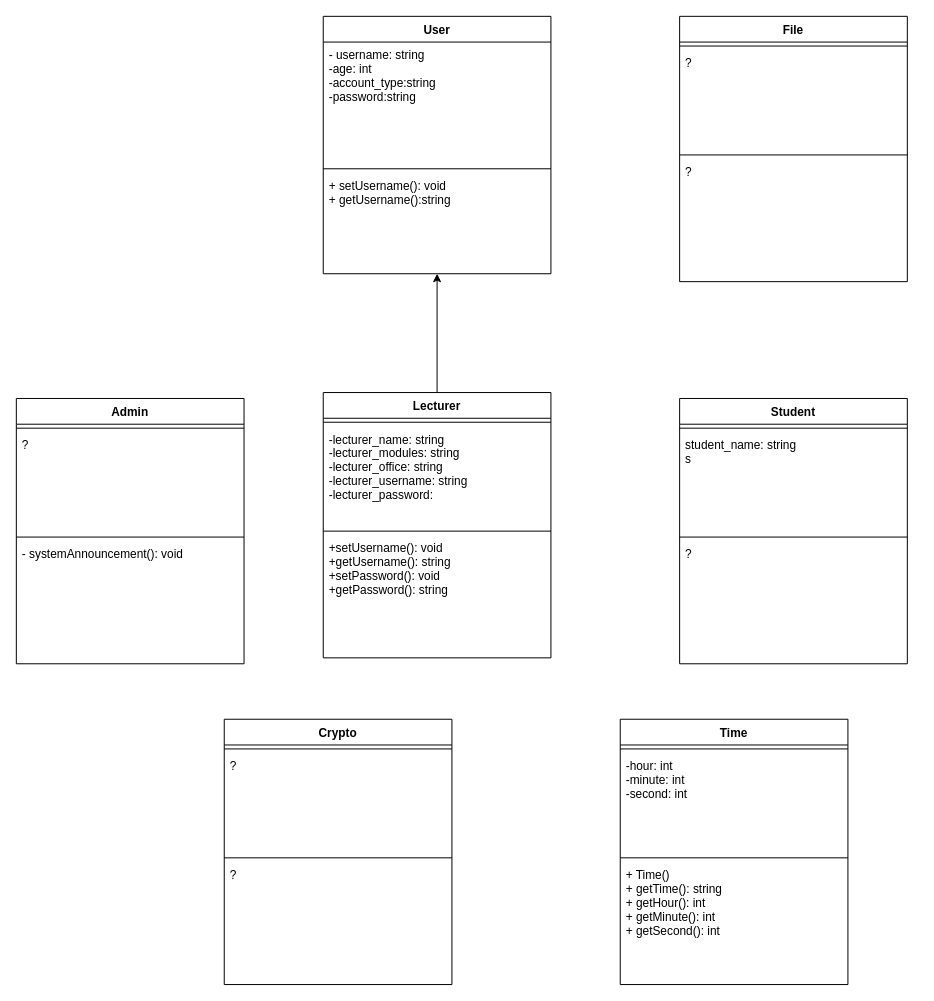
Above: UML Design (MG)/SecureProgUML(30014095).drawio in mgreen01/Secure-Programming-Project (draw.io), before the change. Source tidied: cells renumbered, new cells numbered last; positions are measured from the earlier drawing's top-left corner, leaving out a move shared by most shapes. Both pictures are drawn from the tidied source at 99%, with x=0, y=0 at pixel (16, 16).
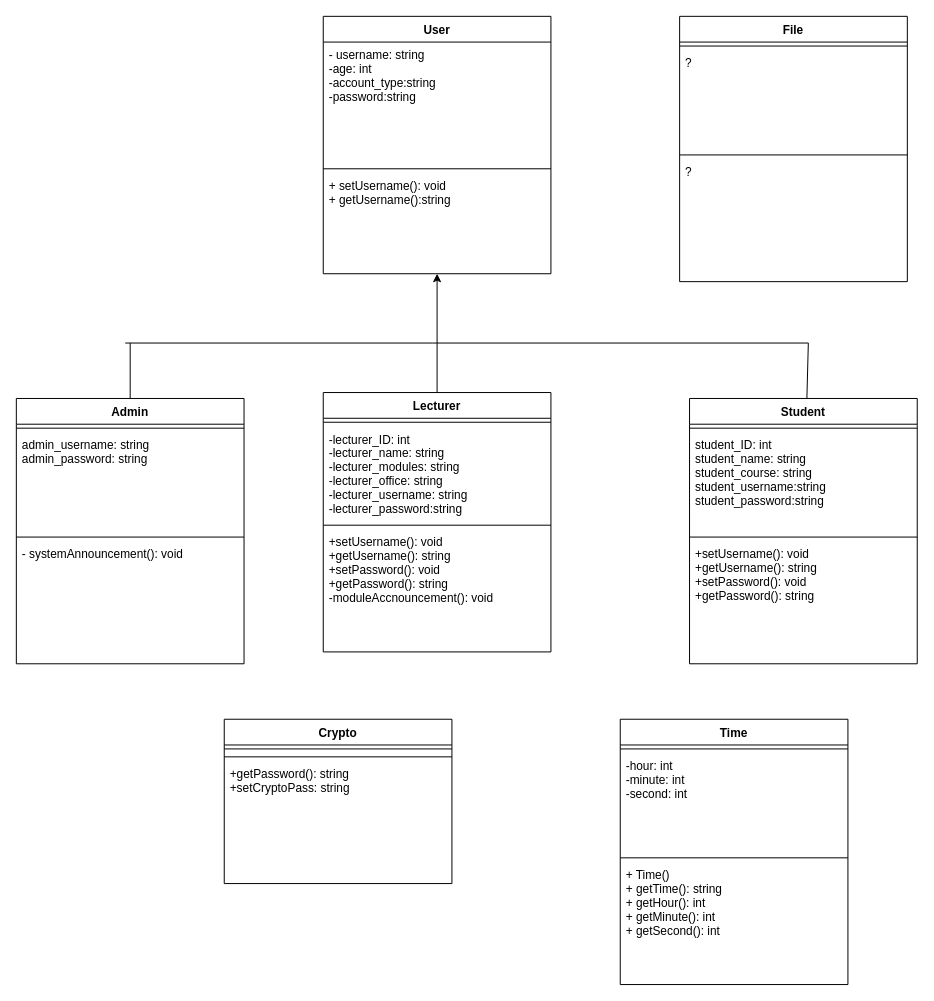
The same page after the edit.

Unchanged cells that the change refers to:
```xml
<mxCell id="26" value="Admin" style="swimlane;fontStyle=1;align=center;verticalAlign=top;horizontal=1;startSize=26;" parent="1" vertex="1">
  <mxGeometry y="386" width="230" height="268" as="geometry" />
</mxCell>
```

Change to the diagram source:
```diff
@@
     <mxCell id="11" value="Crypto" style="swimlane;fontStyle=1;align=center;verticalAlign=top;horizontal=1;startSize=26;" parent="1" vertex="1">
-      <mxGeometry x="210" y="710" width="230" height="268" as="geometry" />
+      <mxGeometry x="210" y="710" width="230" height="166" as="geometry" />
     </mxCell>
@@
-    <mxCell id="13" value="?" style="text;strokeColor=none;fillColor=none;align=left;verticalAlign=top;spacingLeft=4;spacingRight=4;overflow=hidden;" parent="11" vertex="1">
-      <mxGeometry y="34" width="230" height="102" as="geometry" />
-    </mxCell>
     <mxCell id="14" style="line;strokeWidth=1;fillColor=none;align=left;verticalAlign=middle;spacingTop=-1;spacingLeft=3;spacingRight=3;labelPosition=right;" parent="11" vertex="1">
-      <mxGeometry y="136" width="230" height="8" as="geometry" />
+      <mxGeometry y="34" width="230" height="8" as="geometry" />
     </mxCell>
-    <mxCell id="15" value="?" style="text;strokeColor=none;fillColor=none;align=left;verticalAlign=top;spacingLeft=4;spacingRight=4;overflow=hidden;" parent="11" vertex="1">
-      <mxGeometry y="144" width="230" height="124" as="geometry" />
+    <mxCell id="15" value="+getPassword(): string&#10;+setCryptoPass: string&#10;" style="text;strokeColor=none;fillColor=none;align=left;verticalAlign=top;spacingLeft=4;spacingRight=4;overflow=hidden;" parent="11" vertex="1">
+      <mxGeometry y="42" width="230" height="124" as="geometry" />
     </mxCell>
     <mxCell id="16" value="Student" style="swimlane;fontStyle=1;align=center;verticalAlign=top;horizontal=1;startSize=26;" parent="1" vertex="1">
-      <mxGeometry x="670" y="386" width="230" height="268" as="geometry" />
+      <mxGeometry x="680" y="386" width="230" height="268" as="geometry" />
     </mxCell>
@@
-    <mxCell id="18" value="student_name: string&#10;s&#10;" style="text;strokeColor=none;fillColor=none;align=left;verticalAlign=top;spacingLeft=4;spacingRight=4;overflow=hidden;" parent="16" vertex="1">
+    <mxCell id="18" value="student_ID: int&#10;student_name: string&#10;student_course: string&#10;student_username:string&#10;student_password:string&#10;&#10;" style="text;strokeColor=none;fillColor=none;align=left;verticalAlign=top;spacingLeft=4;spacingRight=4;overflow=hidden;" parent="16" vertex="1">
       <mxGeometry y="34" width="230" height="102" as="geometry" />
     </mxCell>
@@
-    <mxCell id="20" value="?" style="text;strokeColor=none;fillColor=none;align=left;verticalAlign=top;spacingLeft=4;spacingRight=4;overflow=hidden;" parent="16" vertex="1">
+    <mxCell id="20" value="+setUsername(): void&#10;+getUsername(): string&#10;+setPassword(): void&#10;+getPassword(): string&#10;&#10;&#10;" style="text;strokeColor=none;fillColor=none;align=left;verticalAlign=top;spacingLeft=4;spacingRight=4;overflow=hidden;" parent="16" vertex="1">
       <mxGeometry y="144" width="230" height="124" as="geometry" />
     </mxCell>
     <mxCell id="21" value="Lecturer" style="swimlane;fontStyle=1;align=center;verticalAlign=top;horizontal=1;startSize=26;" parent="1" vertex="1">
-      <mxGeometry x="310" y="380" width="230" height="268" as="geometry" />
+      <mxGeometry x="310" y="380" width="230" height="262" as="geometry" />
     </mxCell>
@@
-    <mxCell id="23" value="-lecturer_name: string&#10;-lecturer_modules: string&#10;-lecturer_office: string&#10;-lecturer_username: string&#10;-lecturer_password:&#10;&#10;" style="text;strokeColor=none;fillColor=none;align=left;verticalAlign=top;spacingLeft=4;spacingRight=4;overflow=hidden;" parent="21" vertex="1">
-      <mxGeometry y="34" width="230" height="102" as="geometry" />
+    <mxCell id="23" value="-lecturer_ID: int&#10;-lecturer_name: string&#10;-lecturer_modules: string&#10;-lecturer_office: string&#10;-lecturer_username: string&#10;-lecturer_password:string&#10;&#10;" style="text;strokeColor=none;fillColor=none;align=left;verticalAlign=top;spacingLeft=4;spacingRight=4;overflow=hidden;" parent="21" vertex="1">
+      <mxGeometry y="34" width="230" height="96" as="geometry" />
     </mxCell>
     <mxCell id="24" style="line;strokeWidth=1;fillColor=none;align=left;verticalAlign=middle;spacingTop=-1;spacingLeft=3;spacingRight=3;labelPosition=right;" parent="21" vertex="1">
-      <mxGeometry y="136" width="230" height="8" as="geometry" />
+      <mxGeometry y="130" width="230" height="8" as="geometry" />
     </mxCell>
-    <mxCell id="25" value="+setUsername(): void&#10;+getUsername(): string&#10;+setPassword(): void&#10;+getPassword(): string&#10;" style="text;strokeColor=none;fillColor=none;align=left;verticalAlign=top;spacingLeft=4;spacingRight=4;overflow=hidden;" parent="21" vertex="1">
-      <mxGeometry y="144" width="230" height="124" as="geometry" />
+    <mxCell id="25" value="+setUsername(): void&#10;+getUsername(): string&#10;+setPassword(): void&#10;+getPassword(): string&#10;-moduleAccnouncement(): void&#10;" style="text;strokeColor=none;fillColor=none;align=left;verticalAlign=top;spacingLeft=4;spacingRight=4;overflow=hidden;" parent="21" vertex="1">
+      <mxGeometry y="138" width="230" height="124" as="geometry" />
     </mxCell>
@@
-    <mxCell id="28" value="?" style="text;strokeColor=none;fillColor=none;align=left;verticalAlign=top;spacingLeft=4;spacingRight=4;overflow=hidden;" parent="26" vertex="1">
+    <mxCell id="28" value="admin_username: string&#10;admin_password: string&#10;" style="text;strokeColor=none;fillColor=none;align=left;verticalAlign=top;spacingLeft=4;spacingRight=4;overflow=hidden;" parent="26" vertex="1">
       <mxGeometry y="34" width="230" height="102" as="geometry" />
     </mxCell>
@@
+    <mxCell id="37" style="endArrow=none;html=1;" parent="1" edge="1">
+      <mxGeometry relative="1" as="geometry">
+        <mxPoint x="420" y="330" as="sourcePoint" />
+        <mxPoint x="800" y="330" as="targetPoint" />
+      </mxGeometry>
+    </mxCell>
+    <mxCell id="38" style="endArrow=none;html=1;" parent="1" edge="1" source="16">
+      <mxGeometry relative="1" as="geometry">
+        <mxPoint x="800" y="330" as="targetPoint" />
+      </mxGeometry>
+    </mxCell>
+    <mxCell id="39" style="endArrow=none;html=1;exitX=0.5;exitY=0;exitDx=0;exitDy=0;" parent="1" edge="1" source="26">
+      <mxGeometry relative="1" as="geometry">
+        <mxPoint x="115" y="330" as="targetPoint" />
+      </mxGeometry>
+    </mxCell>
+    <mxCell id="40" style="endArrow=none;html=1;" parent="1" edge="1">
+      <mxGeometry relative="1" as="geometry">
+        <mxPoint x="110" y="330" as="sourcePoint" />
+        <mxPoint x="420" y="330" as="targetPoint" />
+      </mxGeometry>
+    </mxCell>
```
